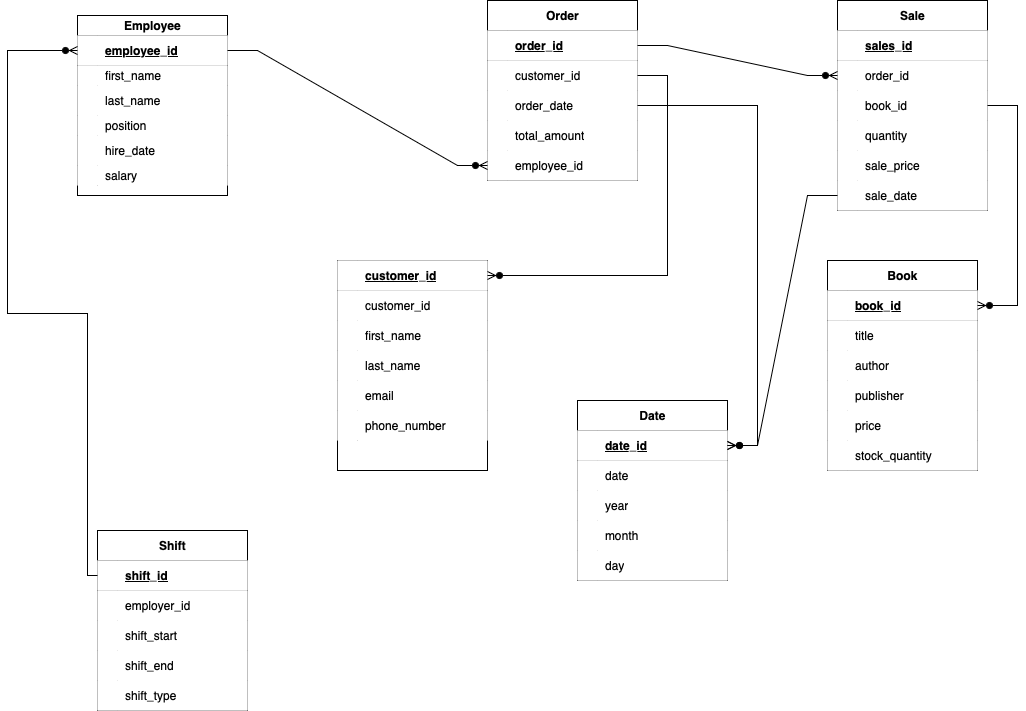
Above: 02_assignments/design_a_logical_model2.drawio.png in verplo2136/SQL (draw.io), before the change. Source tidied: cells renumbered, new cells last; positions are measured from the earlier drawing's top-left corner, leaving out a move shared by most shapes.
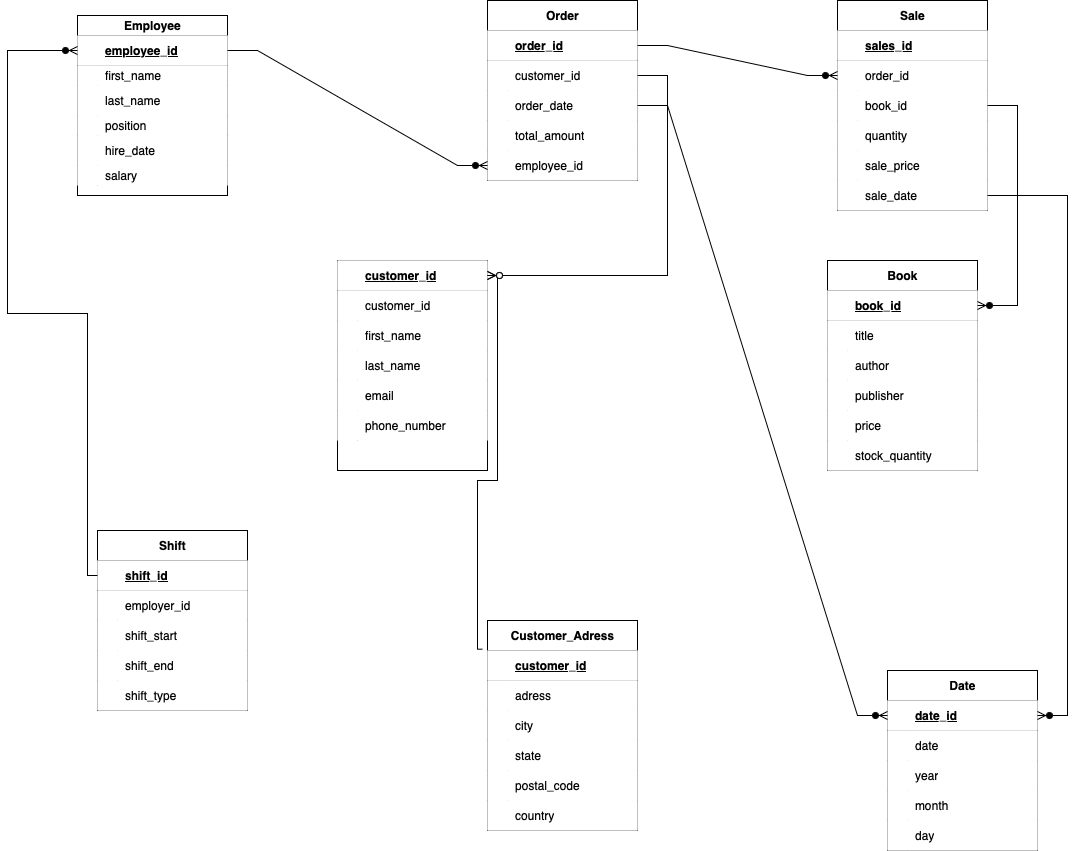
The same diagram one commit later.

Diff of the diagram source:
```diff
@@ -279,7 +279,7 @@
       <mxGeometry x="20" width="130" height="30" as="geometry" />
     </mxCell>
     <mxCell id="94" value="Date" style="shape=table;startSize=30;rowLines=0;fontStyle=1;align=center;html=1;" parent="1" vertex="1">
-      <mxGeometry x="570" y="400" width="150" height="180" as="geometry" />
+      <mxGeometry x="880" y="670" width="150" height="180" as="geometry" />
     </mxCell>
     <mxCell id="95" style="shape=tableRow;horizontal=0;startSize=0;swimlaneHead=0;swimlaneBody=0;points=[[0,0.5],[1,0.5]];portConstraint=eastwest;top=0;left=0;right=0;bottom=1;" parent="94" vertex="1">
       <mxGeometry y="30" width="150" height="30" as="geometry" />
@@ -421,5 +421,72 @@
         </Array>
       </mxGeometry>
     </mxCell>
+    <mxCell id="133" value="Customer_Adress" style="shape=table;startSize=30;rowLines=0;fontStyle=1;align=center;html=1;" parent="1" vertex="1">
+      <mxGeometry x="480" y="620" width="150" height="210" as="geometry" />
+    </mxCell>
+    <mxCell id="134" style="shape=tableRow;horizontal=0;startSize=0;swimlaneHead=0;swimlaneBody=0;points=[[0,0.5],[1,0.5]];portConstraint=eastwest;top=0;left=0;right=0;bottom=1;" parent="133" vertex="1">
+      <mxGeometry y="30" width="150" height="30" as="geometry" />
+    </mxCell>
+    <mxCell id="135" style="shape=partialRectangle;top=0;left=0;bottom=0;right=0;fontStyle=1;overflow=hidden;whiteSpace=wrap;html=1;" parent="134" vertex="1">
+      <mxGeometry width="20" height="30" as="geometry" />
+    </mxCell>
+    <mxCell id="136" value="customer_id" style="shape=partialRectangle;top=0;left=0;bottom=0;right=0;align=left;spacingLeft=6;fontStyle=5;overflow=hidden;whiteSpace=wrap;html=1;" parent="134" vertex="1">
+      <mxGeometry x="20" width="130" height="30" as="geometry" />
+    </mxCell>
+    <mxCell id="137" style="shape=tableRow;horizontal=0;startSize=0;swimlaneHead=0;swimlaneBody=0;top=0;left=0;right=0;bottom=0;" parent="133" vertex="1">
+      <mxGeometry y="60" width="150" height="30" as="geometry" />
+    </mxCell>
+    <mxCell id="138" style="shape=partialRectangle;top=0;left=0;bottom=0;right=0;overflow=hidden;whiteSpace=wrap;html=1;" parent="137" vertex="1">
+      <mxGeometry width="20" height="30" as="geometry" />
+    </mxCell>
+    <mxCell id="139" value="adress" style="shape=partialRectangle;top=0;left=0;bottom=0;right=0;align=left;spacingLeft=6;overflow=hidden;whiteSpace=wrap;html=1;" parent="137" vertex="1">
+      <mxGeometry x="20" width="130" height="30" as="geometry" />
+    </mxCell>
+    <mxCell id="140" style="shape=tableRow;horizontal=0;startSize=0;swimlaneHead=0;swimlaneBody=0;top=0;left=0;right=0;bottom=0;" parent="133" vertex="1">
+      <mxGeometry y="90" width="150" height="30" as="geometry" />
+    </mxCell>
+    <mxCell id="141" style="shape=partialRectangle;top=0;left=0;bottom=0;right=0;overflow=hidden;whiteSpace=wrap;html=1;" parent="140" vertex="1">
+      <mxGeometry width="20" height="30" as="geometry" />
+    </mxCell>
+    <mxCell id="142" value="city" style="shape=partialRectangle;top=0;left=0;bottom=0;right=0;align=left;spacingLeft=6;overflow=hidden;whiteSpace=wrap;html=1;" parent="140" vertex="1">
+      <mxGeometry x="20" width="130" height="30" as="geometry" />
+    </mxCell>
+    <mxCell id="143" style="shape=tableRow;horizontal=0;startSize=0;swimlaneHead=0;swimlaneBody=0;top=0;left=0;right=0;bottom=0;" parent="133" vertex="1">
+      <mxGeometry y="120" width="150" height="30" as="geometry" />
+    </mxCell>
+    <mxCell id="144" style="shape=partialRectangle;top=0;left=0;bottom=0;right=0;overflow=hidden;whiteSpace=wrap;html=1;" parent="143" vertex="1">
+      <mxGeometry width="20" height="30" as="geometry" />
+    </mxCell>
+    <mxCell id="145" value="state" style="shape=partialRectangle;top=0;left=0;bottom=0;right=0;align=left;spacingLeft=6;overflow=hidden;whiteSpace=wrap;html=1;" parent="143" vertex="1">
+      <mxGeometry x="20" width="130" height="30" as="geometry" />
+    </mxCell>
+    <mxCell id="146" style="shape=tableRow;horizontal=0;startSize=0;swimlaneHead=0;swimlaneBody=0;top=0;left=0;right=0;bottom=0;" parent="133" vertex="1">
+      <mxGeometry y="150" width="150" height="30" as="geometry" />
+    </mxCell>
+    <mxCell id="147" style="shape=partialRectangle;top=0;left=0;bottom=0;right=0;overflow=hidden;whiteSpace=wrap;html=1;" parent="146" vertex="1">
+      <mxGeometry width="20" height="30" as="geometry" />
+    </mxCell>
+    <mxCell id="148" value="postal_code" style="shape=partialRectangle;top=0;left=0;bottom=0;right=0;align=left;spacingLeft=6;overflow=hidden;whiteSpace=wrap;html=1;" parent="146" vertex="1">
+      <mxGeometry x="20" width="130" height="30" as="geometry" />
+    </mxCell>
+    <mxCell id="149" style="shape=tableRow;horizontal=0;startSize=0;swimlaneHead=0;swimlaneBody=0;top=0;left=0;right=0;bottom=0;" parent="133" vertex="1">
+      <mxGeometry y="180" width="150" height="30" as="geometry" />
+    </mxCell>
+    <mxCell id="150" style="shape=partialRectangle;top=0;left=0;bottom=0;right=0;overflow=hidden;whiteSpace=wrap;html=1;" parent="149" vertex="1">
+      <mxGeometry width="20" height="30" as="geometry" />
+    </mxCell>
+    <mxCell id="151" value="country" style="shape=partialRectangle;top=0;left=0;bottom=0;right=0;align=left;spacingLeft=6;overflow=hidden;whiteSpace=wrap;html=1;" parent="149" vertex="1">
+      <mxGeometry x="20" width="130" height="30" as="geometry" />
+    </mxCell>
+    <mxCell id="152" style="fontSize=12;html=1;endArrow=ERzeroToMany;endFill=1;rounded=0;exitX=-0.033;exitY=-0.044;exitDx=0;exitDy=0;exitPerimeter=0;edgeStyle=orthogonalEdgeStyle;" parent="1" edge="1" source="134" target="57">
+      <mxGeometry relative="1" as="geometry">
+        <Array as="points">
+          <mxPoint x="470" y="649" />
+          <mxPoint x="470" y="480" />
+          <mxPoint x="490" y="480" />
+          <mxPoint x="490" y="275" />
+        </Array>
+      </mxGeometry>
+    </mxCell>
   </root>
 </mxGraphModel>
```
